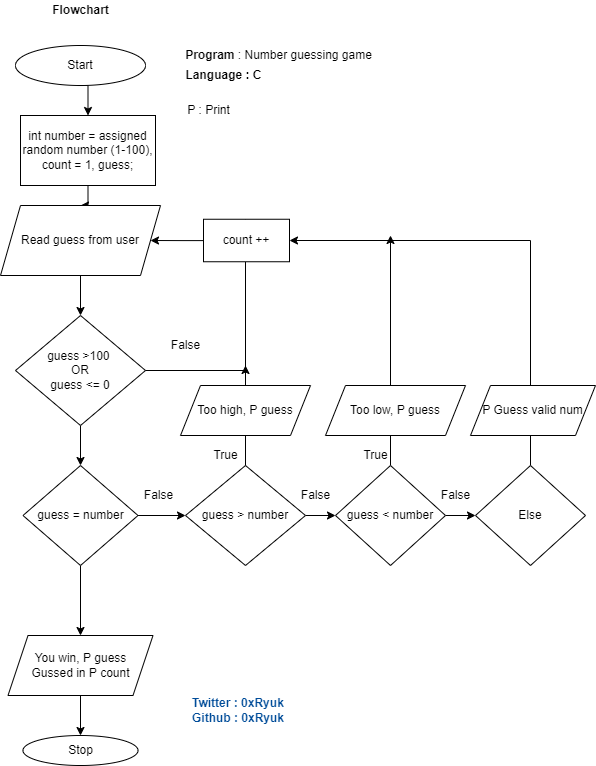
The draw.io diagram flowchart/guessing_game.png in 0xRyuk/C-Excercises, before a commit. Source tidied: cells renumbered, new cells last; positions are measured from the earlier drawing's top-left corner, leaving out a move shared by most shapes.
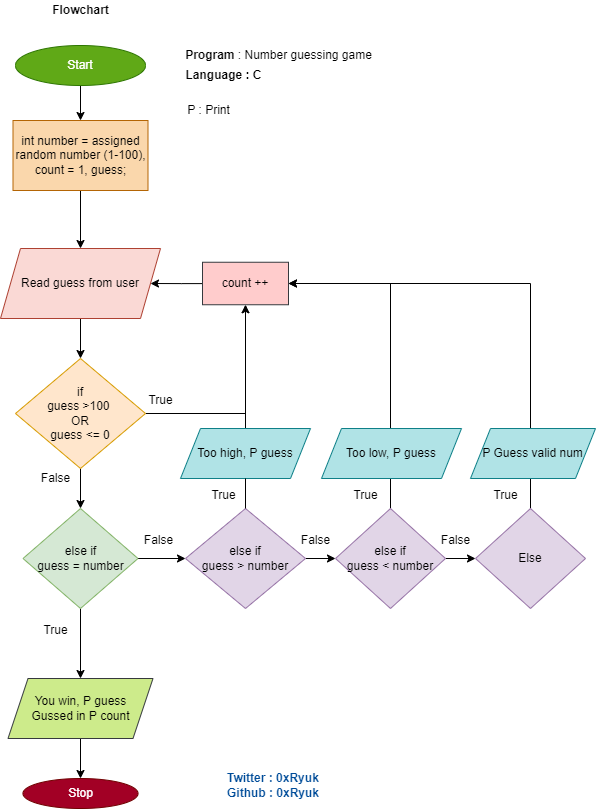
The same file after the commit.

Diff of the diagram source:
```diff
@@ -7,20 +7,20 @@
         <mxPoint x="80" y="85" as="sourcePoint" />
       </mxGeometry>
     </mxCell>
-    <mxCell id="3" style="edgeStyle=orthogonalEdgeStyle;rounded=0;jettySize=auto;html=1;entryX=0.5;entryY=0;entryDx=0;entryDy=0;" parent="1" edge="1" source="4" target="7">
+    <mxCell id="3" style="edgeStyle=orthogonalEdgeStyle;rounded=0;jettySize=auto;html=1;exitX=0.5;exitY=1;exitDx=0;exitDy=0;entryX=0.5;entryY=0;entryDx=0;entryDy=0;" parent="1" edge="1" source="4" target="7">
       <mxGeometry relative="1" as="geometry" />
     </mxCell>
-    <mxCell id="4" value="int number = assigned random number (1-100), count = 1, guess;" style="rounded=0;whiteSpace=wrap;html=1;" parent="1" vertex="1">
-      <mxGeometry x="20" y="115" width="135" height="70" as="geometry" />
+    <mxCell id="4" value="int number = assigned random number (1-100), count = 1, guess;" style="rounded=0;whiteSpace=wrap;html=1;fillColor=#fad7ac;strokeColor=#b46504;" parent="1" vertex="1">
+      <mxGeometry x="12.5" y="120" width="135" height="70" as="geometry" />
     </mxCell>
-    <mxCell id="5" value="Start" style="ellipse;whiteSpace=wrap;html=1;" parent="1" vertex="1">
+    <mxCell id="5" value="Start" style="ellipse;whiteSpace=wrap;html=1;fillColor=#60a917;strokeColor=#2D7600;fontColor=#ffffff;" parent="1" vertex="1">
       <mxGeometry x="15" y="45" width="130" height="40" as="geometry" />
     </mxCell>
     <mxCell id="6" style="edgeStyle=orthogonalEdgeStyle;rounded=0;jettySize=auto;html=1;entryX=0.5;entryY=0;entryDx=0;entryDy=0;" parent="1" edge="1" source="7" target="10">
       <mxGeometry relative="1" as="geometry" />
     </mxCell>
-    <mxCell id="7" value="Read guess from user" style="shape=parallelogram;perimeter=parallelogramPerimeter;whiteSpace=wrap;html=1;fixedSize=1;" parent="1" vertex="1">
-      <mxGeometry y="205" width="160" height="70" as="geometry" />
+    <mxCell id="7" value="Read guess from user" style="shape=parallelogram;perimeter=parallelogramPerimeter;whiteSpace=wrap;html=1;fixedSize=1;fillColor=#fad9d5;strokeColor=#ae4132;" parent="1" vertex="1">
+      <mxGeometry y="248" width="160" height="70" as="geometry" />
     </mxCell>
     <mxCell id="8" style="edgeStyle=orthogonalEdgeStyle;rounded=0;jettySize=auto;html=1;startArrow=none;" parent="1" edge="1" source="37" target="7">
       <mxGeometry relative="1" as="geometry" />
@@ -28,112 +28,86 @@
     <mxCell id="9" style="edgeStyle=orthogonalEdgeStyle;rounded=0;jettySize=auto;html=1;exitX=0.5;exitY=1;exitDx=0;exitDy=0;entryX=0.5;entryY=0;entryDx=0;entryDy=0;" parent="1" edge="1" source="10" target="14">
       <mxGeometry relative="1" as="geometry" />
     </mxCell>
+    <mxCell id="36" style="edgeStyle=orthogonalEdgeStyle;rounded=0;jettySize=auto;html=1;exitX=1;exitY=0.5;exitDx=0;exitDy=0;entryX=0.5;entryY=1;entryDx=0;entryDy=0;endArrow=openThin;endFill=0;" parent="1" edge="1" source="10" target="37">
+      <mxGeometry relative="1" as="geometry" />
+    </mxCell>
-    <mxCell id="10" value="guess &amp;gt;100 &lt;br&gt;OR&lt;br&gt;guess &amp;lt;= 0" style="rhombus;whiteSpace=wrap;html=1;" parent="1" vertex="1">
-      <mxGeometry x="15" y="315" width="130" height="110" as="geometry" />
+    <mxCell id="10" value="if&lt;br&gt;guess &amp;gt;100 &lt;br&gt;OR&lt;br&gt;guess &amp;lt;= 0" style="rhombus;whiteSpace=wrap;html=1;fillColor=#ffe6cc;strokeColor=#d79b00;" parent="1" vertex="1">
+      <mxGeometry x="15" y="358" width="130" height="110" as="geometry" />
     </mxCell>
-    <mxCell id="11" value="False" style="text;html=1;align=center;verticalAlign=middle;strokeColor=none;fillColor=none;" parent="1" vertex="1">
-      <mxGeometry x="165" y="335" width="40" height="20" as="geometry" />
+    <mxCell id="11" value="True" style="text;html=1;align=center;verticalAlign=middle;strokeColor=none;fillColor=none;" parent="1" vertex="1">
+      <mxGeometry x="140" y="390" width="40" height="20" as="geometry" />
     </mxCell>
-    <mxCell id="12" style="edgeStyle=orthogonalEdgeStyle;rounded=0;jettySize=auto;html=1;" parent="1" edge="1" source="14">
-      <mxGeometry relative="1" as="geometry">
-        <mxPoint x="185" y="515" as="targetPoint" />
-      </mxGeometry>
+    <mxCell id="12" style="edgeStyle=orthogonalEdgeStyle;rounded=0;jettySize=auto;html=1;entryX=0;entryY=0.5;entryDx=0;entryDy=0;" parent="1" edge="1" source="14" target="17">
+      <mxGeometry relative="1" as="geometry" />
     </mxCell>
     <mxCell id="13" style="edgeStyle=orthogonalEdgeStyle;rounded=0;jettySize=auto;html=1;entryX=0.5;entryY=0;entryDx=0;entryDy=0;" parent="1" edge="1" source="14" target="34">
       <mxGeometry relative="1" as="geometry" />
     </mxCell>
-    <mxCell id="14" value="guess = number" style="rhombus;whiteSpace=wrap;html=1;" parent="1" vertex="1">
-      <mxGeometry x="22.5" y="465" width="115" height="100" as="geometry" />
+    <mxCell id="14" value="else if&lt;br&gt;guess = number" style="rhombus;whiteSpace=wrap;html=1;fillColor=#d5e8d4;strokeColor=#82b366;" parent="1" vertex="1">
+      <mxGeometry x="22.5" y="508" width="115" height="100" as="geometry" />
     </mxCell>
     <mxCell id="15" value="False" style="text;html=1;align=center;verticalAlign=middle;strokeColor=none;fillColor=none;" parent="1" vertex="1">
-      <mxGeometry x="137.5" y="485" width="40" height="20" as="geometry" />
+      <mxGeometry x="137.5" y="530" width="40" height="20" as="geometry" />
     </mxCell>
-    <mxCell id="16" style="edgeStyle=orthogonalEdgeStyle;rounded=0;jettySize=auto;html=1;exitX=1;exitY=0.5;exitDx=0;exitDy=0;" parent="1" edge="1" source="17">
-      <mxGeometry relative="1" as="geometry">
-        <mxPoint x="335" y="515" as="targetPoint" />
-      </mxGeometry>
-    </mxCell>
+    <mxCell id="43" style="edgeStyle=orthogonalEdgeStyle;rounded=0;jettySize=auto;html=1;" parent="1" edge="1" source="17" target="22">
+      <mxGeometry relative="1" as="geometry" />
+    </mxCell>
-    <mxCell id="17" value="guess &amp;gt; number" style="rhombus;whiteSpace=wrap;html=1;" parent="1" vertex="1">
-      <mxGeometry x="185" y="465" width="120" height="100" as="geometry" />
+    <mxCell id="17" value="else if&lt;br&gt;guess &amp;gt; number" style="rhombus;whiteSpace=wrap;html=1;fillColor=#e1d5e7;strokeColor=#9673a6;" parent="1" vertex="1">
+      <mxGeometry x="185" y="508" width="120" height="100" as="geometry" />
     </mxCell>
     <mxCell id="18" value="False" style="text;html=1;align=center;verticalAlign=middle;strokeColor=none;fillColor=none;" parent="1" vertex="1">
-      <mxGeometry x="295" y="485" width="40" height="20" as="geometry" />
+      <mxGeometry x="295" y="530" width="40" height="20" as="geometry" />
     </mxCell>
-    <mxCell id="19" style="edgeStyle=orthogonalEdgeStyle;rounded=0;jettySize=auto;html=1;startArrow=none;" parent="1" edge="1" source="37">
-      <mxGeometry relative="1" as="geometry">
-        <mxPoint x="245" y="235" as="targetPoint" />
-        <Array as="points">
-          <mxPoint x="245" y="225" />
-          <mxPoint x="245" y="225" />
-        </Array>
-      </mxGeometry>
-    </mxCell>
     <mxCell id="20" style="edgeStyle=orthogonalEdgeStyle;rounded=0;jettySize=auto;html=1;" parent="1" edge="1" source="22" target="30">
       <mxGeometry relative="1" as="geometry" />
     </mxCell>
-    <mxCell id="21" style="edgeStyle=orthogonalEdgeStyle;rounded=0;jettySize=auto;html=1;" parent="1" edge="1" source="22">
-      <mxGeometry relative="1" as="geometry">
-        <mxPoint x="390" y="235" as="targetPoint" />
-      </mxGeometry>
-    </mxCell>
+    <mxCell id="44" style="edgeStyle=orthogonalEdgeStyle;rounded=0;jettySize=auto;html=1;exitX=0.5;exitY=0;exitDx=0;exitDy=0;entryX=1;entryY=0.5;entryDx=0;entryDy=0;" parent="1" edge="1" source="22" target="37">
+      <mxGeometry relative="1" as="geometry" />
+    </mxCell>
-    <mxCell id="22" value="guess &amp;lt; number" style="rhombus;whiteSpace=wrap;html=1;" parent="1" vertex="1">
-      <mxGeometry x="335" y="465" width="110" height="100" as="geometry" />
+    <mxCell id="22" value="else if&lt;br&gt;guess &amp;lt; number" style="rhombus;whiteSpace=wrap;html=1;fillColor=#e1d5e7;strokeColor=#9673a6;" parent="1" vertex="1">
+      <mxGeometry x="335" y="508" width="110" height="100" as="geometry" />
     </mxCell>
-    <mxCell id="23" style="edgeStyle=orthogonalEdgeStyle;rounded=0;jettySize=auto;html=1;" parent="1" edge="1" source="24">
-      <mxGeometry relative="1" as="geometry">
-        <mxPoint x="245" y="365" as="targetPoint" />
-      </mxGeometry>
-    </mxCell>
+    <mxCell id="45" style="edgeStyle=orthogonalEdgeStyle;rounded=0;jettySize=auto;html=1;entryX=0.5;entryY=1;entryDx=0;entryDy=0;" parent="1" edge="1" source="24" target="37">
+      <mxGeometry relative="1" as="geometry" />
+    </mxCell>
-    <mxCell id="24" value="Too high, P guess" style="shape=parallelogram;perimeter=parallelogramPerimeter;whiteSpace=wrap;html=1;fixedSize=1;" parent="1" vertex="1">
-      <mxGeometry x="180" y="385" width="130" height="50" as="geometry" />
+    <mxCell id="24" value="Too high, P guess" style="shape=parallelogram;perimeter=parallelogramPerimeter;whiteSpace=wrap;html=1;fixedSize=1;fillColor=#b0e3e6;strokeColor=#0e8088;" parent="1" vertex="1">
+      <mxGeometry x="180" y="428" width="130" height="50" as="geometry" />
     </mxCell>
     <mxCell id="25" style="edgeStyle=orthogonalEdgeStyle;rounded=0;jettySize=auto;html=1;endArrow=none;" parent="1" edge="1" source="17" target="24">
       <mxGeometry relative="1" as="geometry" />
     </mxCell>
-    <mxCell id="26" value="Too low, P guess" style="shape=parallelogram;perimeter=parallelogramPerimeter;whiteSpace=wrap;html=1;fixedSize=1;" parent="1" vertex="1">
-      <mxGeometry x="325" y="385" width="140" height="50" as="geometry" />
+    <mxCell id="26" value="Too low, P guess" style="shape=parallelogram;perimeter=parallelogramPerimeter;whiteSpace=wrap;html=1;fixedSize=1;fillColor=#b0e3e6;strokeColor=#0e8088;" parent="1" vertex="1">
+      <mxGeometry x="321" y="428" width="140" height="50" as="geometry" />
     </mxCell>
     <mxCell id="27" value="True" style="text;html=1;align=center;verticalAlign=middle;strokeColor=none;fillColor=none;" parent="1" vertex="1">
-      <mxGeometry x="205" y="445" width="40" height="20" as="geometry" />
+      <mxGeometry x="203" y="485" width="40" height="20" as="geometry" />
     </mxCell>
     <mxCell id="28" value="True" style="text;html=1;align=center;verticalAlign=middle;strokeColor=none;fillColor=none;" parent="1" vertex="1">
-      <mxGeometry x="355" y="445" width="40" height="20" as="geometry" />
+      <mxGeometry x="345" y="485" width="40" height="20" as="geometry" />
     </mxCell>
-    <mxCell id="29" style="edgeStyle=orthogonalEdgeStyle;rounded=0;jettySize=auto;html=1;entryX=1;entryY=0.5;entryDx=0;entryDy=0;" parent="1" edge="1" source="30" target="37">
-      <mxGeometry relative="1" as="geometry">
-        <Array as="points">
-          <mxPoint x="530" y="240" />
-        </Array>
-      </mxGeometry>
+    <mxCell id="29" style="edgeStyle=orthogonalEdgeStyle;rounded=0;jettySize=auto;html=1;exitX=0.5;exitY=0;exitDx=0;exitDy=0;entryX=1;entryY=0.5;entryDx=0;entryDy=0;" parent="1" edge="1" source="30" target="37">
+      <mxGeometry relative="1" as="geometry" />
     </mxCell>
-    <mxCell id="30" value="Else" style="rhombus;whiteSpace=wrap;html=1;" parent="1" vertex="1">
-      <mxGeometry x="475" y="465" width="110" height="100" as="geometry" />
+    <mxCell id="30" value="Else" style="rhombus;whiteSpace=wrap;html=1;fillColor=#e1d5e7;strokeColor=#9673a6;" parent="1" vertex="1">
+      <mxGeometry x="475" y="508" width="110" height="100" as="geometry" />
     </mxCell>
     <mxCell id="31" value="False" style="text;html=1;align=center;verticalAlign=middle;strokeColor=none;fillColor=none;" parent="1" vertex="1">
-      <mxGeometry x="435" y="485" width="40" height="20" as="geometry" />
+      <mxGeometry x="435" y="530" width="40" height="20" as="geometry" />
     </mxCell>
-    <mxCell id="32" value="P Guess valid num" style="shape=parallelogram;perimeter=parallelogramPerimeter;whiteSpace=wrap;html=1;fixedSize=1;" parent="1" vertex="1">
-      <mxGeometry x="470" y="385" width="125" height="50" as="geometry" />
+    <mxCell id="32" value="P Guess valid num" style="shape=parallelogram;perimeter=parallelogramPerimeter;whiteSpace=wrap;html=1;fixedSize=1;fillColor=#b0e3e6;strokeColor=#0e8088;" parent="1" vertex="1">
+      <mxGeometry x="470" y="428" width="125" height="50" as="geometry" />
     </mxCell>
     <mxCell id="33" style="edgeStyle=orthogonalEdgeStyle;rounded=0;jettySize=auto;html=1;entryX=0.5;entryY=0;entryDx=0;entryDy=0;" parent="1" edge="1" source="34" target="35">
       <mxGeometry relative="1" as="geometry" />
     </mxCell>
-    <mxCell id="34" value="You win, P guess&lt;br&gt;Gussed in P count" style="shape=parallelogram;perimeter=parallelogramPerimeter;whiteSpace=wrap;html=1;fixedSize=1;" parent="1" vertex="1">
-      <mxGeometry x="7.5" y="635" width="145" height="60" as="geometry" />
+    <mxCell id="34" value="You win, P guess&lt;br&gt;Gussed in P count" style="shape=parallelogram;perimeter=parallelogramPerimeter;whiteSpace=wrap;html=1;fixedSize=1;fillColor=#cdeb8b;strokeColor=#36393d;" parent="1" vertex="1">
+      <mxGeometry x="7.5" y="678" width="145" height="60" as="geometry" />
     </mxCell>
-    <mxCell id="35" value="Stop" style="ellipse;whiteSpace=wrap;html=1;" parent="1" vertex="1">
-      <mxGeometry x="22.5" y="735" width="115" height="30" as="geometry" />
+    <mxCell id="35" value="Stop" style="ellipse;whiteSpace=wrap;html=1;fillColor=#a20025;strokeColor=#6F0000;fontColor=#ffffff;" parent="1" vertex="1">
+      <mxGeometry x="22.5" y="778" width="115" height="30" as="geometry" />
     </mxCell>
-    <mxCell id="36" style="edgeStyle=orthogonalEdgeStyle;rounded=0;jettySize=auto;html=1;endArrow=none;" parent="1" edge="1" source="10" target="37">
-      <mxGeometry relative="1" as="geometry">
-        <Array as="points">
-          <mxPoint x="245" y="370" />
-          <mxPoint x="245" y="235" />
-        </Array>
-      </mxGeometry>
-    </mxCell>
-    <mxCell id="37" value="count ++" style="rounded=0;whiteSpace=wrap;html=1;" parent="1" vertex="1">
-      <mxGeometry x="203" y="218.8" width="86" height="42.5" as="geometry" />
+    <mxCell id="37" value="count ++" style="rounded=0;whiteSpace=wrap;html=1;fillColor=#ffcccc;strokeColor=#36393d;" parent="1" vertex="1">
+      <mxGeometry x="202" y="261.8" width="86" height="42.5" as="geometry" />
     </mxCell>
     <mxCell id="38" value="&lt;b&gt;Program&lt;/b&gt; : Number guessing game" style="text;html=1;align=center;verticalAlign=middle;strokeColor=none;fillColor=none;" parent="1" vertex="1">
       <mxGeometry x="177.5" y="45" width="200" height="20" as="geometry" />
@@ -148,7 +122,16 @@
       <mxGeometry x="177.5" y="100" width="60" height="20" as="geometry" />
     </mxCell>
     <mxCell id="42" value="&lt;b&gt;&lt;font color=&quot;#004c99&quot;&gt;Twitter : 0xRyuk&lt;br&gt;&lt;/font&gt;&lt;/b&gt;&lt;div&gt;&lt;span&gt;&lt;b&gt;&lt;font color=&quot;#004c99&quot;&gt;Github : 0xRyuk&lt;/font&gt;&lt;/b&gt;&lt;/span&gt;&lt;/div&gt;" style="text;html=1;align=left;verticalAlign=middle;strokeColor=none;fillColor=none;" parent="1" vertex="1">
-      <mxGeometry x="190" y="695" width="110" height="30" as="geometry" />
+      <mxGeometry x="225" y="770" width="110" height="30" as="geometry" />
     </mxCell>
+    <mxCell id="46" value="True" style="text;html=1;align=center;verticalAlign=middle;strokeColor=none;fillColor=none;" parent="1" vertex="1">
+      <mxGeometry x="485" y="485" width="40" height="20" as="geometry" />
+    </mxCell>
+    <mxCell id="47" value="False" style="text;html=1;align=center;verticalAlign=middle;strokeColor=none;fillColor=none;" parent="1" vertex="1">
+      <mxGeometry x="35" y="468" width="40" height="20" as="geometry" />
+    </mxCell>
+    <mxCell id="48" value="True" style="text;html=1;align=center;verticalAlign=middle;strokeColor=none;fillColor=none;" parent="1" vertex="1">
+      <mxGeometry x="35" y="620" width="40" height="20" as="geometry" />
+    </mxCell>
   </root>
 </mxGraphModel>
```
